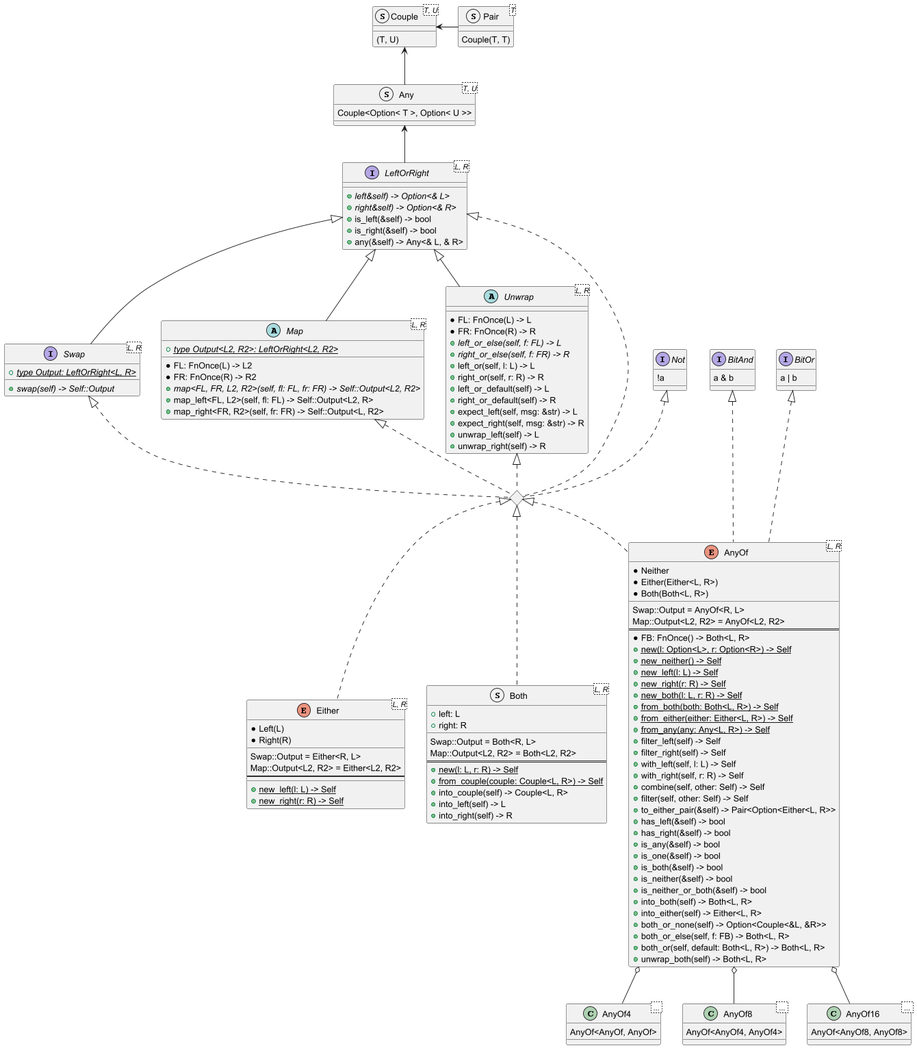
Trehinos/any_of keeps this PlantUML diagram as doc/any_of-type-diagram.png. Above is the earlier version. The source it was exported from:
```plantuml
@startuml

struct Couple<T, U> {
    (T, U)
}
struct Pair<T> {
    Couple(T, T)
}
Couple <- Pair

struct Any<T, U> {
    Couple<Option< T >, Option< U >>
}
Couple <-- Any

Any <-- LeftOrRight
interface LeftOrRight<L, R> {
    + {abstract} left&self) -> Option<& L>
    + {abstract} right&self) -> Option<& R>
    + is_left(&self) -> bool
    + is_right(&self) -> bool
    + any(&self) -> Any<& L, & R>
}

LeftOrRight <|-- Swap
interface Swap<L, R> {
    + {abstract}{static} type Output: LeftOrRight<L, R>
    __
    + {abstract} swap(self) -> Self::Output
}

LeftOrRight <|-- Map
abstract Map<L, R> {
    + {abstract}{static} type Output<L2, R2>: LeftOrRight<L2, R2>
    __
    * FL: FnOnce(L) -> L2
    * FR: FnOnce(R) -> R2
    + {abstract} map<FL, FR, L2, R2>(self, fl: FL, fr: FR) -> Self::Output<L2, R2>
    + map_left<FL, L2>(self, fl: FL) -> Self::Output<L2, R>
    + map_right<FR, R2>(self, fr: FR) -> Self::Output<L, R2>
}

LeftOrRight <|-- Unwrap
abstract Unwrap<L, R> {
    * FL: FnOnce(L) -> L
    * FR: FnOnce(R) -> R
    + {abstract} left_or_else(self, f: FL) -> L
    + {abstract} right_or_else(self, f: FR) -> R
    + left_or(self, l: L) -> L
    + right_or(self, r: R) -> R
    + left_or_default(self) -> L
    + right_or_default(self) -> R
    + expect_left(self, msg: &str) -> L
    + expect_right(self, msg: &str) -> R
    + unwrap_left(self) -> L
    + unwrap_right(self) -> R
}

diamond "LeftOrRight+Swap+Map+Unwrap+Not"

interface BitAnd {
    a & b
}
interface BitOr {
    a | b
}
interface Not {
    !a
}

Not <|.. "LeftOrRight+Swap+Map+Unwrap+Not"
LeftOrRight <|.. "LeftOrRight+Swap+Map+Unwrap+Not"
Swap <|.. "LeftOrRight+Swap+Map+Unwrap+Not"
Map <|.. "LeftOrRight+Swap+Map+Unwrap+Not"
Unwrap <|.. "LeftOrRight+Swap+Map+Unwrap+Not"

"LeftOrRight+Swap+Map+Unwrap+Not" <|.. Either
enum Either<L, R> {
    * Left(L)
    * Right(R)
    __
    Swap::Output = Either<R, L>
    Map::Output<L2, R2> = Either<L2, R2>
    ==
    __
    + {static} new_left(l: L) -> Self
    + {static} new_right(r: R) -> Self
}

struct Both<L, R> {
    + left: L
    + right: R
    __
    Swap::Output = Both<R, L>
    Map::Output<L2, R2> = Both<L2, R2>
    ==
    + {static} new(l: L, r: R) -> Self
    + {static} from_couple(couple: Couple<L, R>) -> Self
    + into_couple(self) -> Couple<L, R>
    + into_left(self) -> L
    + into_right(self) -> R
}
"LeftOrRight+Swap+Map+Unwrap+Not" <|.. Both

BitAnd <|... AnyOf
BitOr <|... AnyOf
"LeftOrRight+Swap+Map+Unwrap+Not" <|.. AnyOf
enum AnyOf<L, R> {
    * Neither
    * Either(Either<L, R>)
    * Both(Both<L, R>)
    __
    Swap::Output = AnyOf<R, L>
    Map::Output<L2, R2> = AnyOf<L2, R2>
    ==
    * FB: FnOnce() -> Both<L, R>
    + {static} new(l: Option<L>, r: Option<R>) -> Self
    + {static} new_neither() -> Self
    + {static} new_left(l: L) -> Self
    + {static} new_right(r: R) -> Self
    + {static} new_both(l: L, r: R) -> Self
    + {static} from_both(both: Both<L, R>) -> Self
    + {static} from_either(either: Either<L, R>) -> Self
    + {static} from_any(any: Any<L, R>) -> Self
    + filter_left(self) -> Self
    + filter_right(self) -> Self
    + with_left(self, l: L) -> Self
    + with_right(self, r: R) -> Self
    + combine(self, other: Self) -> Self
    + filter(self, other: Self) -> Self
    + to_either_pair(&self) -> Pair<Option<Either<L, R>>
    + has_left(&self) -> bool
    + has_right(&self) -> bool
    + is_any(&self) -> bool
    + is_one(&self) -> bool
    + is_both(&self) -> bool
    + is_neither(&self) -> bool
    + is_neither_or_both(&self) -> bool
    + into_both(self) -> Both<L, R>
    + into_either(self) -> Either<L, R>
    + both_or_none(self) -> Option<Couple<&L, &R>>
    + both_or_else(self, f: FB) -> Both<L, R>
    + both_or(self, default: Both<L, R>) -> Both<L, R>
    + unwrap_both(self) -> Both<L, R>
}

AnyOf o-- AnyOf4
class AnyOf4< ... > {
    AnyOf<AnyOf, AnyOf>
}
AnyOf o-- AnyOf8
class AnyOf8< ... > {
    AnyOf<AnyOf4, AnyOf4>
}
AnyOf o-- AnyOf16
class AnyOf16< ... > {
    AnyOf<AnyOf8, AnyOf8>
}

@enduml
```
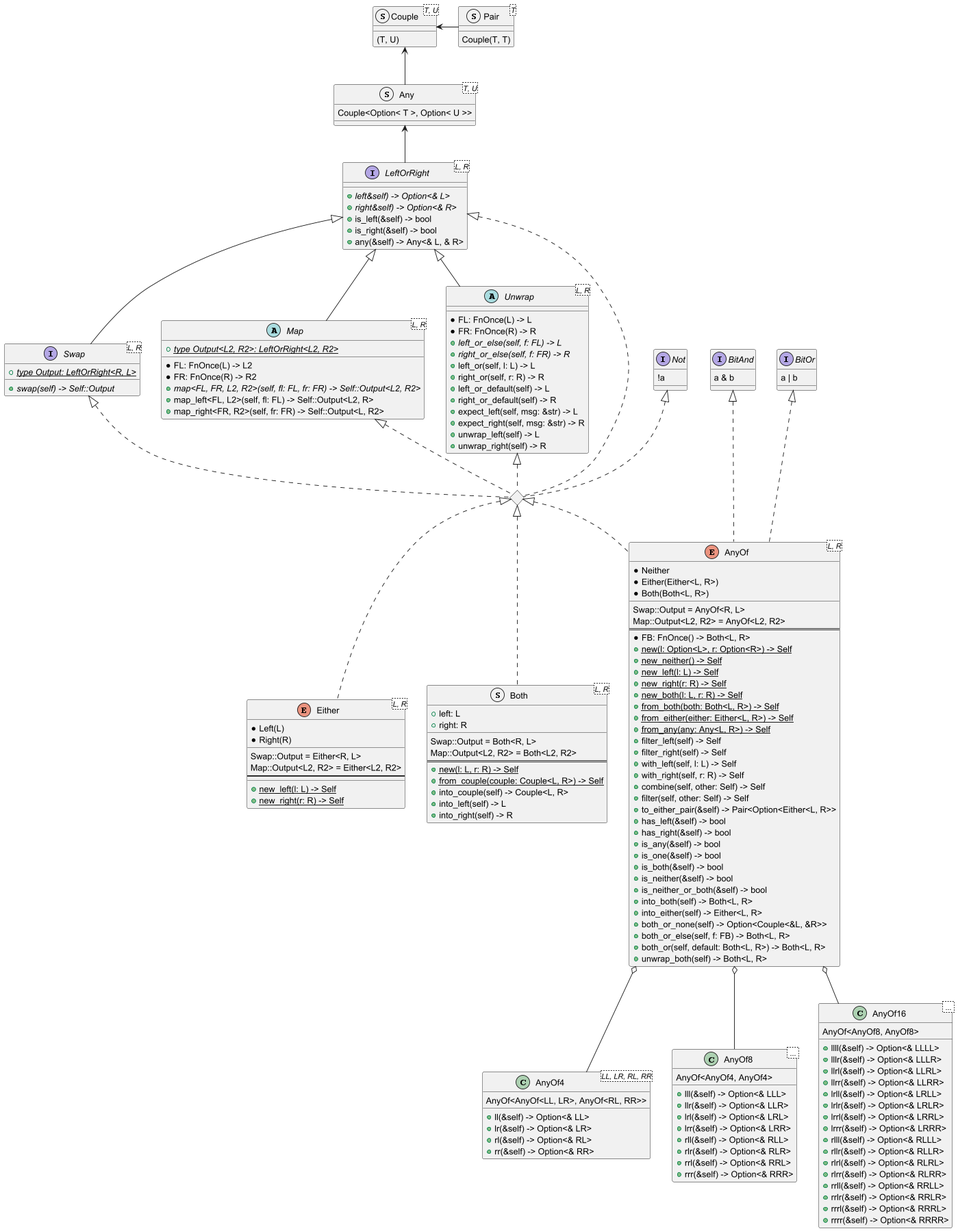
After the change.

Commit message:
Add `is_either` function and update the type diagram.

Change to the diagram source:
```diff
@@ -24,7 +24,7 @@
 
 LeftOrRight <|-- Swap
 interface Swap<L, R> {
-    + {abstract}{static} type Output: LeftOrRight<L, R>
+    + {abstract}{static} type Output: LeftOrRight<R, L>
     __
     + {abstract} swap(self) -> Self::Output
 }
@@ -145,16 +145,47 @@
 }
 
 AnyOf o-- AnyOf4
-class AnyOf4< ... > {
-    AnyOf<AnyOf, AnyOf>
+class AnyOf4<LL, LR, RL, RR> {
+    AnyOf<AnyOf<LL, LR>, AnyOf<RL, RR>>
+    __
+    + ll(&self) -> Option<& LL>
+    + lr(&self) -> Option<& LR>
+    + rl(&self) -> Option<& RL>
+    + rr(&self) -> Option<& RR>
 }
 AnyOf o-- AnyOf8
 class AnyOf8< ... > {
     AnyOf<AnyOf4, AnyOf4>
+    __
+    + lll(&self) -> Option<& LLL>
+    + llr(&self) -> Option<& LLR>
+    + lrl(&self) -> Option<& LRL>
+    + lrr(&self) -> Option<& LRR>
+    + rll(&self) -> Option<& RLL>
+    + rlr(&self) -> Option<& RLR>
+    + rrl(&self) -> Option<& RRL>
+    + rrr(&self) -> Option<& RRR>
 }
 AnyOf o-- AnyOf16
 class AnyOf16< ... > {
     AnyOf<AnyOf8, AnyOf8>
+    __
+    + llll(&self) -> Option<& LLLL>
+    + lllr(&self) -> Option<& LLLR>
+    + llrl(&self) -> Option<& LLRL>
+    + llrr(&self) -> Option<& LLRR>
+    + lrll(&self) -> Option<& LRLL>
+    + lrlr(&self) -> Option<& LRLR>
+    + lrrl(&self) -> Option<& LRRL>
+    + lrrr(&self) -> Option<& LRRR>
+    + rlll(&self) -> Option<& RLLL>
+    + rllr(&self) -> Option<& RLLR>
+    + rlrl(&self) -> Option<& RLRL>
+    + rlrr(&self) -> Option<& RLRR>
+    + rrll(&self) -> Option<& RRLL>
+    + rrlr(&self) -> Option<& RRLR>
+    + rrrl(&self) -> Option<& RRRL>
+    + rrrr(&self) -> Option<& RRRR>
 }
 
 @enduml
```
